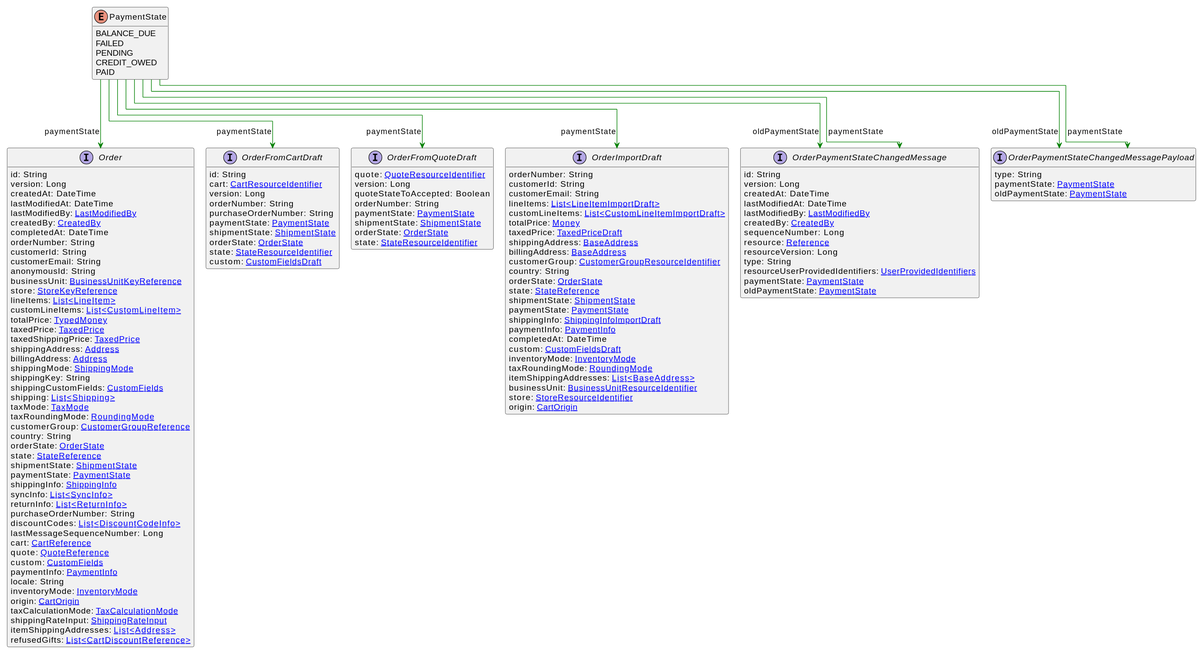
Above: uml/api/svg/PaymentState.svg in commercetools/commercetools-api-reference (PlantUML), before the change.
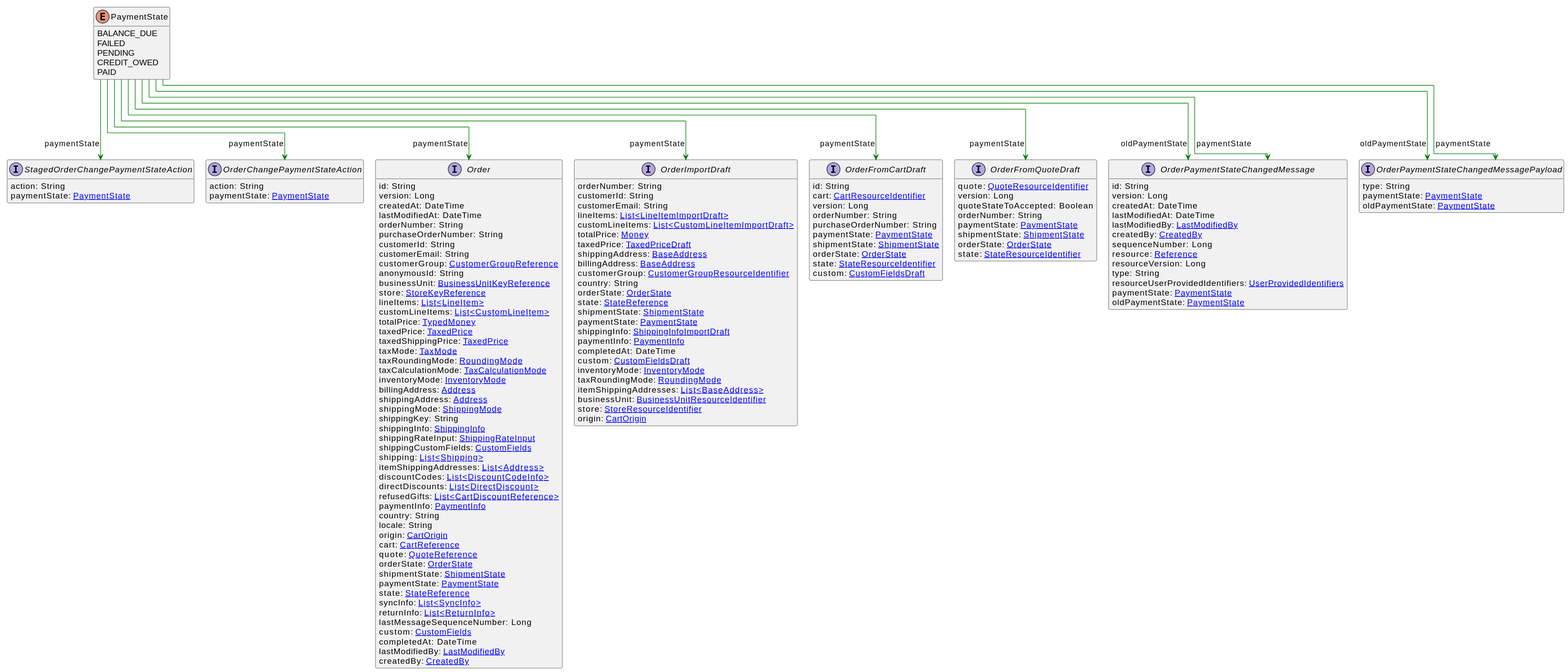
Later version of the same file.

The edit, as a diff of the source:
```diff
@@ -28,17 +28,20 @@
     paymentState: [[PaymentState.svg PaymentState]]
     oldPaymentState: [[PaymentState.svg PaymentState]]
 }
+interface StagedOrderChangePaymentStateAction [[StagedOrderChangePaymentStateAction.svg]]  {
+    action: String
+    paymentState: [[PaymentState.svg PaymentState]]
+}
 interface Order [[Order.svg]]  {
     id: String
     version: Long
     createdAt: DateTime
     lastModifiedAt: DateTime
-    lastModifiedBy: [[LastModifiedBy.svg LastModifiedBy]]
-    createdBy: [[CreatedBy.svg CreatedBy]]
-    completedAt: DateTime
     orderNumber: String
+    purchaseOrderNumber: String
     customerId: String
     customerEmail: String
+    customerGroup: [[CustomerGroupReference.svg CustomerGroupReference]]
     anonymousId: String
     businessUnit: [[BusinessUnitKeyReference.svg BusinessUnitKeyReference]]
     store: [[StoreKeyReference.svg StoreKeyReference]]
@@ -47,37 +50,39 @@
     totalPrice: [[TypedMoney.svg TypedMoney]]
     taxedPrice: [[TaxedPrice.svg TaxedPrice]]
     taxedShippingPrice: [[TaxedPrice.svg TaxedPrice]]
+    taxMode: [[TaxMode.svg TaxMode]]
+    taxRoundingMode: [[RoundingMode.svg RoundingMode]]
+    taxCalculationMode: [[TaxCalculationMode.svg TaxCalculationMode]]
+    inventoryMode: [[InventoryMode.svg InventoryMode]]
+    billingAddress: [[Address.svg Address]]
     shippingAddress: [[Address.svg Address]]
-    billingAddress: [[Address.svg Address]]
     shippingMode: [[ShippingMode.svg ShippingMode]]
     shippingKey: String
+    shippingInfo: [[ShippingInfo.svg ShippingInfo]]
+    shippingRateInput: [[ShippingRateInput.svg ShippingRateInput]]
     shippingCustomFields: [[CustomFields.svg CustomFields]]
     shipping: [[Shipping.svg List<Shipping>]]
-    taxMode: [[TaxMode.svg TaxMode]]
-    taxRoundingMode: [[RoundingMode.svg RoundingMode]]
-    customerGroup: [[CustomerGroupReference.svg CustomerGroupReference]]
+    itemShippingAddresses: [[Address.svg List<Address>]]
+    discountCodes: [[DiscountCodeInfo.svg List<DiscountCodeInfo>]]
+    directDiscounts: [[DirectDiscount.svg List<DirectDiscount>]]
+    refusedGifts: [[CartDiscountReference.svg List<CartDiscountReference>]]
+    paymentInfo: [[PaymentInfo.svg PaymentInfo]]
     country: String
+    locale: String
+    origin: [[CartOrigin.svg CartOrigin]]
+    cart: [[CartReference.svg CartReference]]
+    quote: [[QuoteReference.svg QuoteReference]]
     orderState: [[OrderState.svg OrderState]]
-    state: [[StateReference.svg StateReference]]
     shipmentState: [[ShipmentState.svg ShipmentState]]
     paymentState: [[PaymentState.svg PaymentState]]
-    shippingInfo: [[ShippingInfo.svg ShippingInfo]]
+    state: [[StateReference.svg StateReference]]
     syncInfo: [[SyncInfo.svg List<SyncInfo>]]
     returnInfo: [[ReturnInfo.svg List<ReturnInfo>]]
-    purchaseOrderNumber: String
-    discountCodes: [[DiscountCodeInfo.svg List<DiscountCodeInfo>]]
     lastMessageSequenceNumber: Long
-    cart: [[CartReference.svg CartReference]]
-    quote: [[QuoteReference.svg QuoteReference]]
     custom: [[CustomFields.svg CustomFields]]
-    paymentInfo: [[PaymentInfo.svg PaymentInfo]]
-    locale: String
-    inventoryMode: [[InventoryMode.svg InventoryMode]]
-    origin: [[CartOrigin.svg CartOrigin]]
-    taxCalculationMode: [[TaxCalculationMode.svg TaxCalculationMode]]
-    shippingRateInput: [[ShippingRateInput.svg ShippingRateInput]]
-    itemShippingAddresses: [[Address.svg List<Address>]]
-    refusedGifts: [[CartDiscountReference.svg List<CartDiscountReference>]]
+    completedAt: DateTime
+    lastModifiedBy: [[LastModifiedBy.svg LastModifiedBy]]
+    createdBy: [[CreatedBy.svg CreatedBy]]
 }
 interface OrderFromCartDraft [[OrderFromCartDraft.svg]]  {
     id: String
@@ -128,12 +133,18 @@
     store: [[StoreResourceIdentifier.svg StoreResourceIdentifier]]
     origin: [[CartOrigin.svg CartOrigin]]
 }
+interface OrderChangePaymentStateAction [[OrderChangePaymentStateAction.svg]]  {
+    action: String
+    paymentState: [[PaymentState.svg PaymentState]]
+}
 PaymentState --> OrderPaymentStateChangedMessage #green;text:green : "paymentState"
 PaymentState --> OrderPaymentStateChangedMessage #green;text:green : "oldPaymentState"
 PaymentState --> OrderPaymentStateChangedMessagePayload #green;text:green : "paymentState"
 PaymentState --> OrderPaymentStateChangedMessagePayload #green;text:green : "oldPaymentState"
+PaymentState --> StagedOrderChangePaymentStateAction #green;text:green : "paymentState"
 PaymentState --> Order #green;text:green : "paymentState"
 PaymentState --> OrderFromCartDraft #green;text:green : "paymentState"
 PaymentState --> OrderFromQuoteDraft #green;text:green : "paymentState"
 PaymentState --> OrderImportDraft #green;text:green : "paymentState"
+PaymentState --> OrderChangePaymentStateAction #green;text:green : "paymentState"
 @enduml
```
